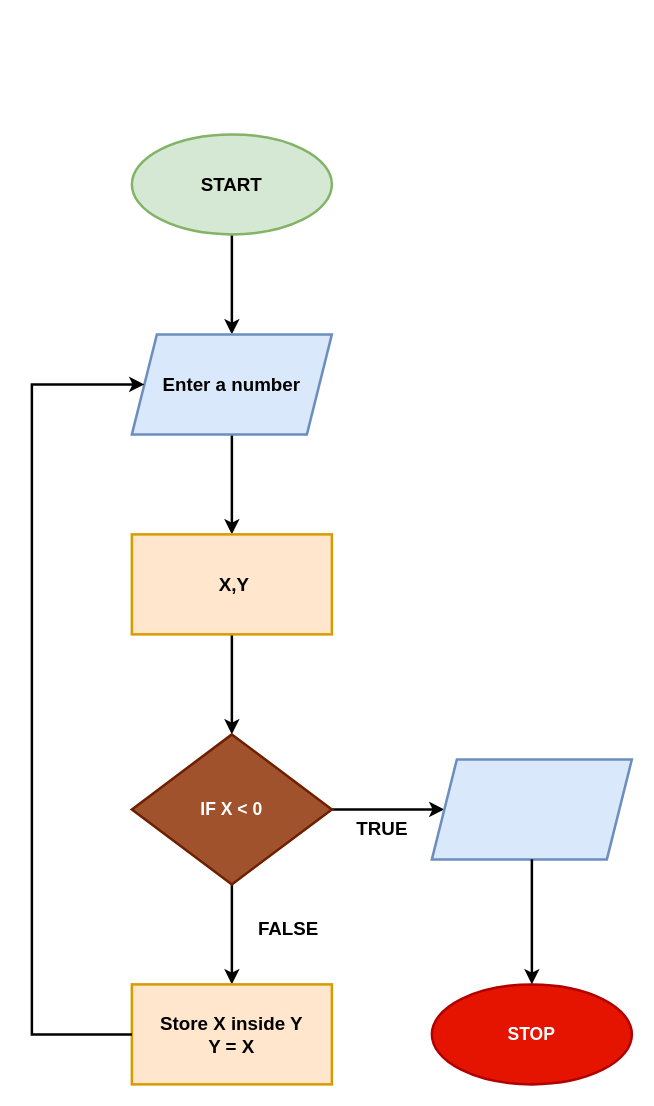
johnkk1316/pseudo-code-and-algorithym keeps this draw.io diagram as Q2/Untitled Diagram.drawio. Above is the earlier version. Source tidied: cells renumbered, new cells numbered last; positions are measured from the earlier drawing's top-left corner, leaving out a move shared by most shapes. Both pictures are drawn from the tidied source at 125%, with x=0, y=0 at pixel (31, 134).
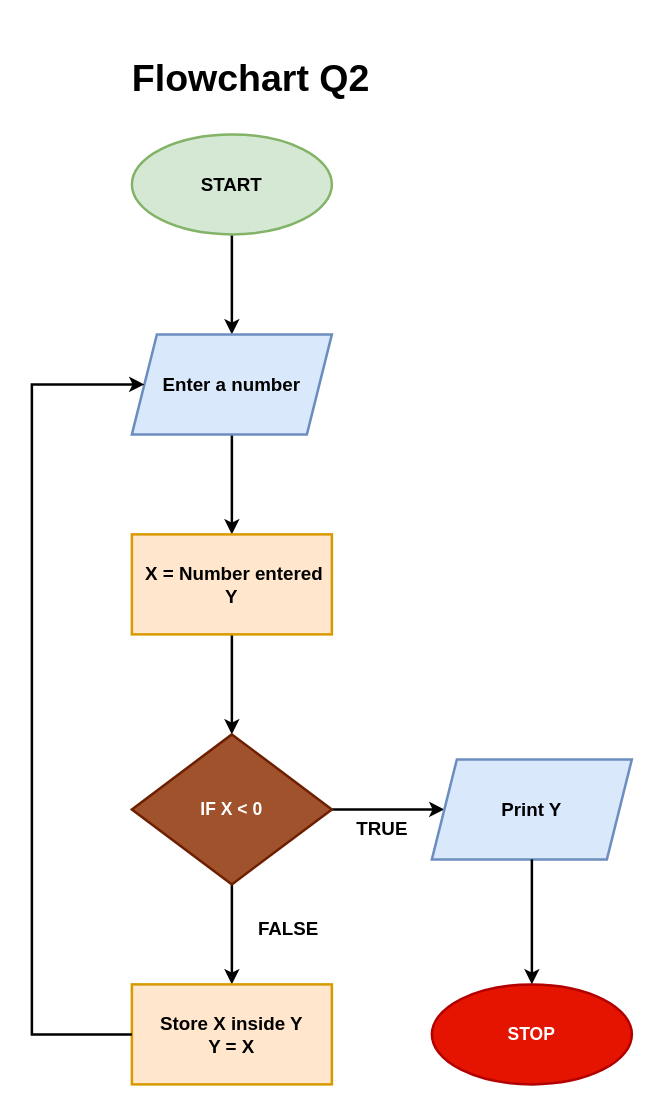
After the change.

What changed in the source:
```diff
@@
-    <mxCell id="7" value="&lt;font style=&quot;font-size: 15px;&quot;&gt;&lt;b&gt;&amp;nbsp;X,Y&lt;br&gt;&lt;/b&gt;&lt;/font&gt;" style="whiteSpace=wrap;html=1;strokeWidth=2;fillColor=#ffe6cc;strokeColor=#d79b00;" parent="1" vertex="1">
+    <mxCell id="7" value="&lt;div&gt;&lt;font style=&quot;font-size: 15px;&quot;&gt;&lt;b&gt;&amp;nbsp;X = Number entered&lt;br&gt;&lt;/b&gt;&lt;/font&gt;&lt;/div&gt;&lt;div&gt;&lt;font style=&quot;font-size: 15px;&quot;&gt;&lt;b&gt;Y&lt;/b&gt;&lt;/font&gt;&lt;/div&gt;" style="whiteSpace=wrap;html=1;strokeWidth=2;fillColor=#ffe6cc;strokeColor=#d79b00;" parent="1" vertex="1">
       <mxGeometry x="80" y="320" width="160" height="80" as="geometry" />
     </mxCell>
@@
-    <mxCell id="15" style="shape=parallelogram;perimeter=parallelogramPerimeter;whiteSpace=wrap;html=1;fixedSize=1;fillColor=#dae8fc;strokeColor=#6c8ebf;strokeWidth=2;" parent="1" vertex="1">
+    <mxCell id="15" value="&lt;b&gt;&lt;font style=&quot;font-size: 15px;&quot;&gt;Print Y&lt;br&gt;&lt;/font&gt;&lt;/b&gt;" style="shape=parallelogram;perimeter=parallelogramPerimeter;whiteSpace=wrap;html=1;fixedSize=1;fillColor=#dae8fc;strokeColor=#6c8ebf;strokeWidth=2;" parent="1" vertex="1">
       <mxGeometry x="320" y="500" width="160" height="80" as="geometry" />
     </mxCell>
@@
+    <mxCell id="18" value="&lt;h1&gt;Flowchart Q2&lt;br&gt;&lt;/h1&gt;" style="text;html=1;align=center;verticalAlign=middle;strokeColor=none;fillColor=none;fontSize=15;" parent="1" vertex="1">
+      <mxGeometry x="70" y="-90" width="210" height="90" as="geometry" />
+    </mxCell>
```
